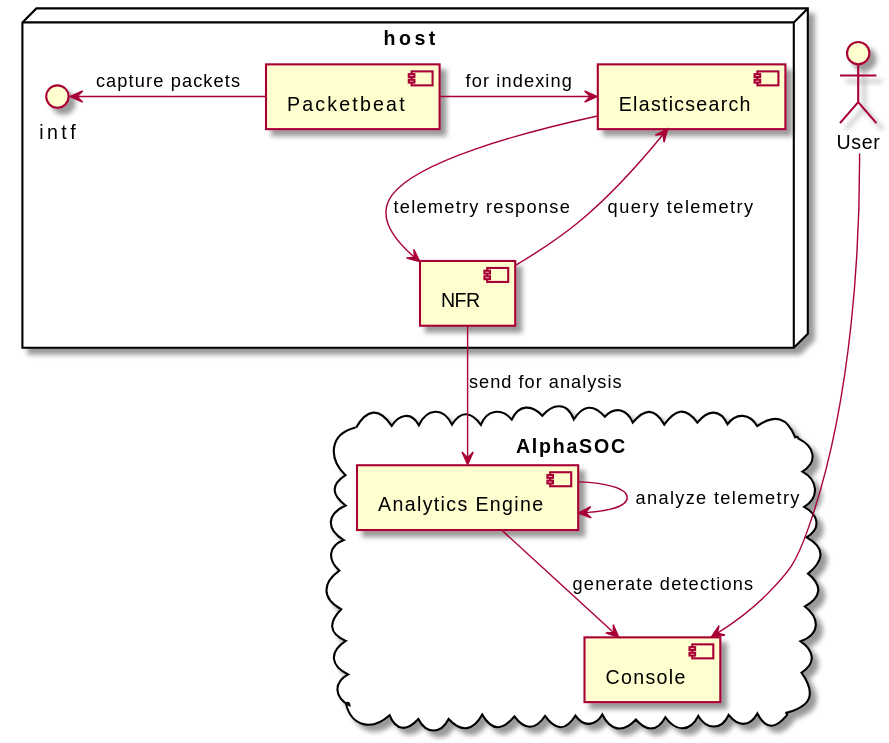
This is assets/arch.svg from alphasoc/asoc-elastic, a PlantUML export, as it was before one commit.
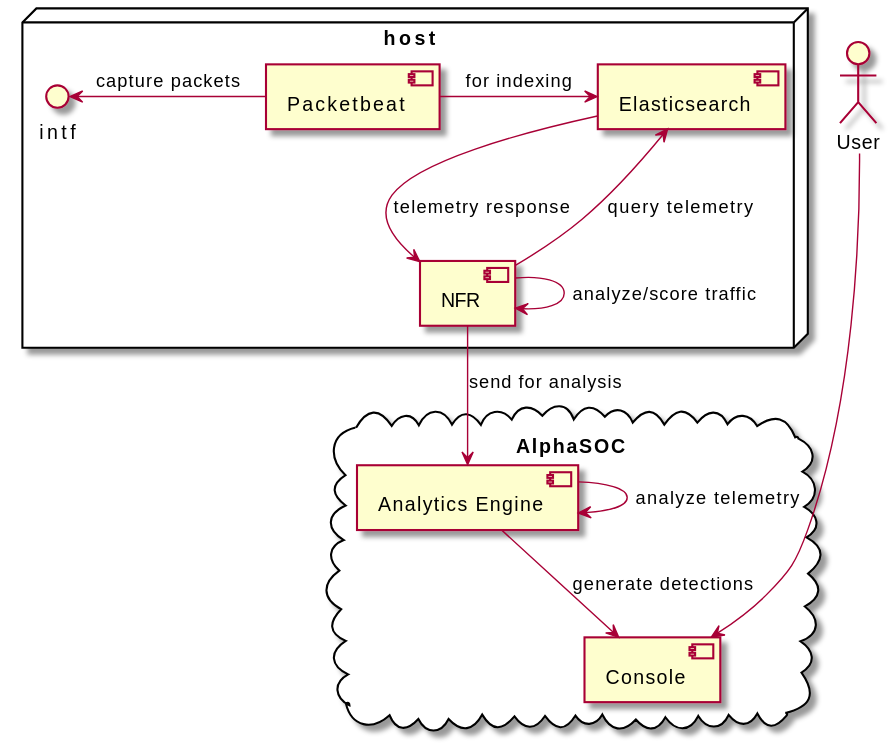
Later version of the same file.

Commit message:
README: dash and detections; flightsim; modified arch; devel section

Diff of the diagram source:
```diff
@@ -4,6 +4,7 @@
   [Packetbeat] -> [Elasticsearch] : for indexing
   [NFR] -> [Elasticsearch] : query telemetry
   [Elasticsearch] --> [NFR] : telemetry response
+  [NFR] -> [NFR] : analyze/score traffic
 }
 
 cloud "AlphaSOC" {
```
